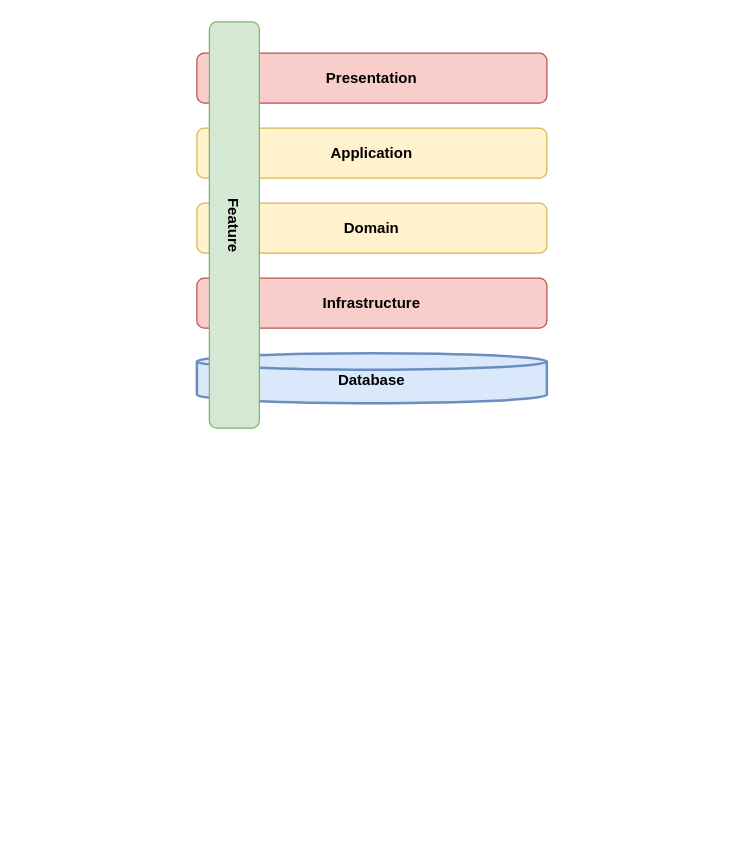
The draw.io diagram docs/imgs/vertical-slice-architecture.drawio in phongnguyend/Practical.CleanArchitecture, before the edit. Source tidied: cells renumbered, new cells numbered last; positions are measured from the earlier drawing's top-left corner, leaving out a move shared by most shapes. Both pictures are drawn from the tidied source at 125%, with x=0, y=0 at pixel (31, 52).
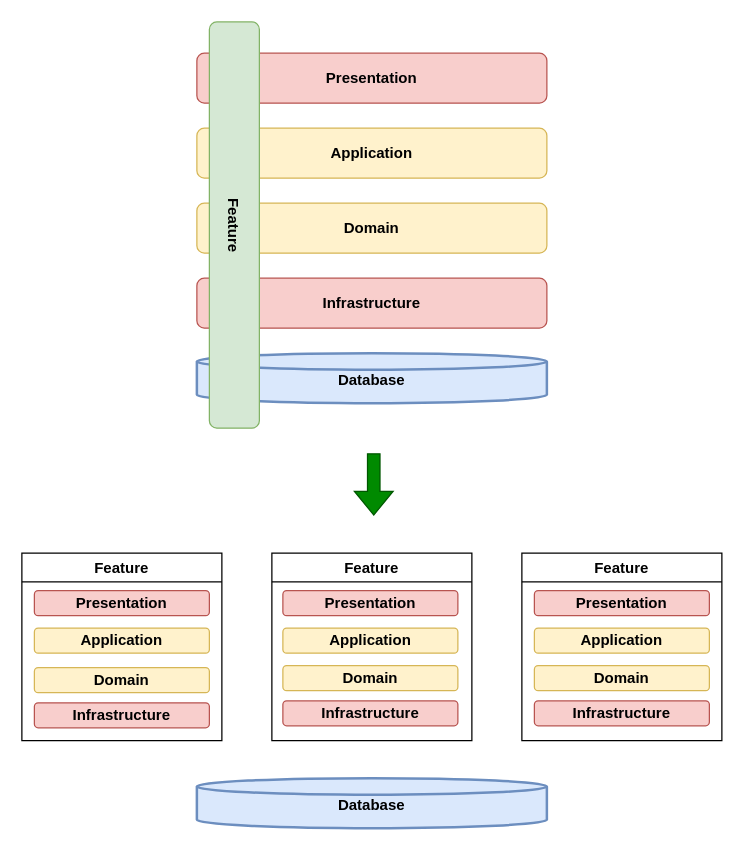
Above is the later version.

Commit message (it also covers changes not shown here):
Vertical Slice Architecture (Modular Monolith)

The edit, as a diff of the source:
```diff
@@
+    <mxCell id="8" value="Database" style="strokeWidth=2;html=1;shape=mxgraph.flowchart.database;whiteSpace=wrap;fontStyle=1;spacingTop=3;fillColor=#dae8fc;strokeColor=#6c8ebf;" parent="1" vertex="1">
+      <mxGeometry x="132" y="580" width="280" height="40" as="geometry" />
+    </mxCell>
+    <mxCell id="9" value="Presentation" style="rounded=1;whiteSpace=wrap;html=1;fontStyle=1;fillColor=#f8cecc;strokeColor=#b85450;" parent="1" vertex="1">
+      <mxGeometry x="200.8" y="430" width="140" height="20" as="geometry" />
+    </mxCell>
+    <mxCell id="10" value="Application" style="rounded=1;whiteSpace=wrap;html=1;fontStyle=1;fillColor=#fff2cc;strokeColor=#d6b656;" parent="1" vertex="1">
+      <mxGeometry x="200.8" y="460" width="140" height="20" as="geometry" />
+    </mxCell>
+    <mxCell id="11" value="Domain" style="rounded=1;whiteSpace=wrap;html=1;fontStyle=1;fillColor=#fff2cc;strokeColor=#d6b656;" parent="1" vertex="1">
+      <mxGeometry x="200.8" y="490" width="140" height="20" as="geometry" />
+    </mxCell>
+    <mxCell id="12" value="Infrastructure" style="rounded=1;whiteSpace=wrap;html=1;fontStyle=1;fillColor=#f8cecc;strokeColor=#b85450;" parent="1" vertex="1">
+      <mxGeometry x="200.8" y="518.1" width="140" height="20" as="geometry" />
+    </mxCell>
+    <mxCell id="13" value="Feature" style="swimlane;whiteSpace=wrap;html=1;" parent="1" vertex="1">
+      <mxGeometry x="-8" y="400" width="160" height="150" as="geometry" />
+    </mxCell>
+    <mxCell id="14" value="Presentation" style="rounded=1;whiteSpace=wrap;html=1;fontStyle=1;fillColor=#f8cecc;strokeColor=#b85450;" parent="13" vertex="1">
+      <mxGeometry x="10" y="30" width="140" height="20" as="geometry" />
+    </mxCell>
+    <mxCell id="15" value="Application" style="rounded=1;whiteSpace=wrap;html=1;fontStyle=1;fillColor=#fff2cc;strokeColor=#d6b656;" parent="13" vertex="1">
+      <mxGeometry x="10" y="60" width="140" height="20" as="geometry" />
+    </mxCell>
+    <mxCell id="16" value="Domain" style="rounded=1;whiteSpace=wrap;html=1;fontStyle=1;fillColor=#fff2cc;strokeColor=#d6b656;" parent="13" vertex="1">
+      <mxGeometry x="10" y="91.6" width="140" height="20" as="geometry" />
+    </mxCell>
+    <mxCell id="17" value="Infrastructure" style="rounded=1;whiteSpace=wrap;html=1;fontStyle=1;fillColor=#f8cecc;strokeColor=#b85450;" parent="13" vertex="1">
+      <mxGeometry x="10" y="119.7" width="140" height="20" as="geometry" />
+    </mxCell>
+    <mxCell id="18" value="Feature" style="swimlane;whiteSpace=wrap;html=1;" parent="1" vertex="1">
+      <mxGeometry x="192" y="400" width="160" height="150" as="geometry" />
+    </mxCell>
+    <mxCell id="19" value="Feature" style="swimlane;whiteSpace=wrap;html=1;" parent="1" vertex="1">
+      <mxGeometry x="392" y="400" width="160" height="150" as="geometry" />
+    </mxCell>
+    <mxCell id="20" value="Presentation" style="rounded=1;whiteSpace=wrap;html=1;fontStyle=1;fillColor=#f8cecc;strokeColor=#b85450;" parent="19" vertex="1">
+      <mxGeometry x="10" y="30" width="140" height="20" as="geometry" />
+    </mxCell>
+    <mxCell id="21" value="Application" style="rounded=1;whiteSpace=wrap;html=1;fontStyle=1;fillColor=#fff2cc;strokeColor=#d6b656;" parent="19" vertex="1">
+      <mxGeometry x="10" y="60" width="140" height="20" as="geometry" />
+    </mxCell>
+    <mxCell id="22" value="Domain" style="rounded=1;whiteSpace=wrap;html=1;fontStyle=1;fillColor=#fff2cc;strokeColor=#d6b656;" parent="19" vertex="1">
+      <mxGeometry x="10" y="90" width="140" height="20" as="geometry" />
+    </mxCell>
+    <mxCell id="23" value="Infrastructure" style="rounded=1;whiteSpace=wrap;html=1;fontStyle=1;fillColor=#f8cecc;strokeColor=#b85450;" parent="19" vertex="1">
+      <mxGeometry x="10" y="118.1" width="140" height="20" as="geometry" />
+    </mxCell>
+    <mxCell id="24" style="shape=flexArrow;endArrow=classic;html=1;rounded=0;fillColor=#008a00;strokeColor=#005700;" parent="1" edge="1">
+      <mxGeometry relative="1" as="geometry">
+        <mxPoint x="273.5" y="320" as="sourcePoint" />
+        <mxPoint x="273.5" y="370" as="targetPoint" />
+      </mxGeometry>
+    </mxCell>
```
